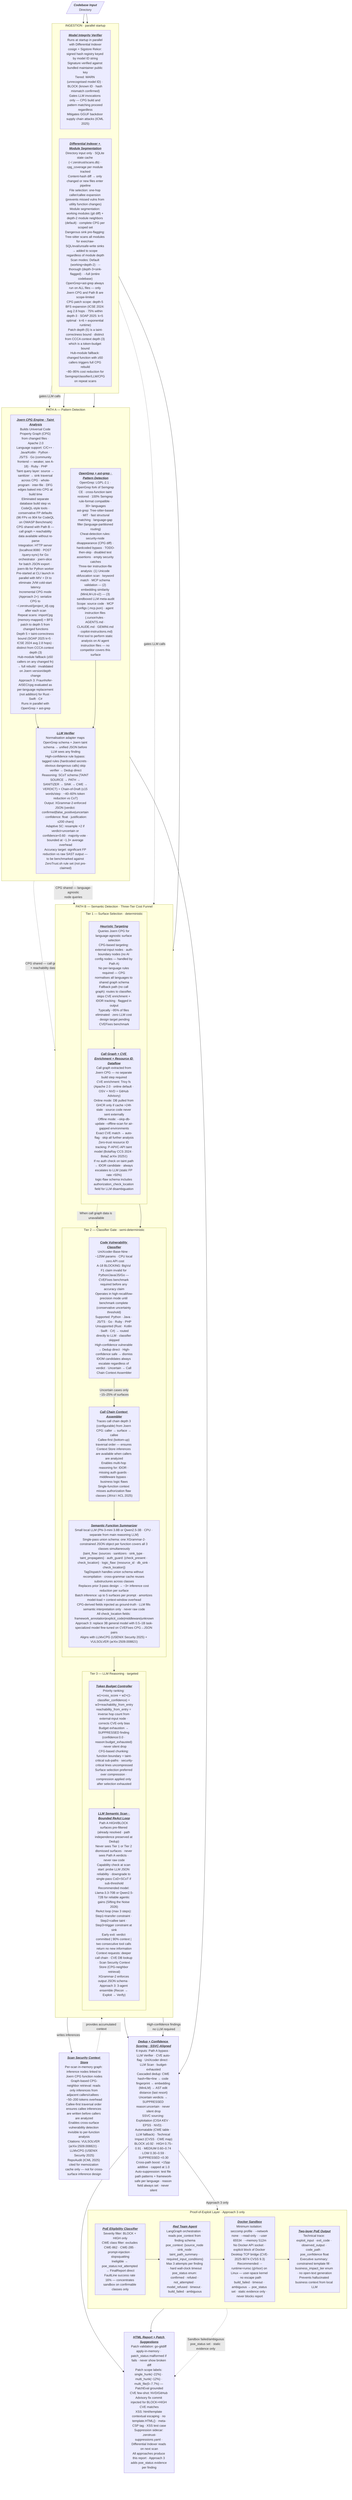
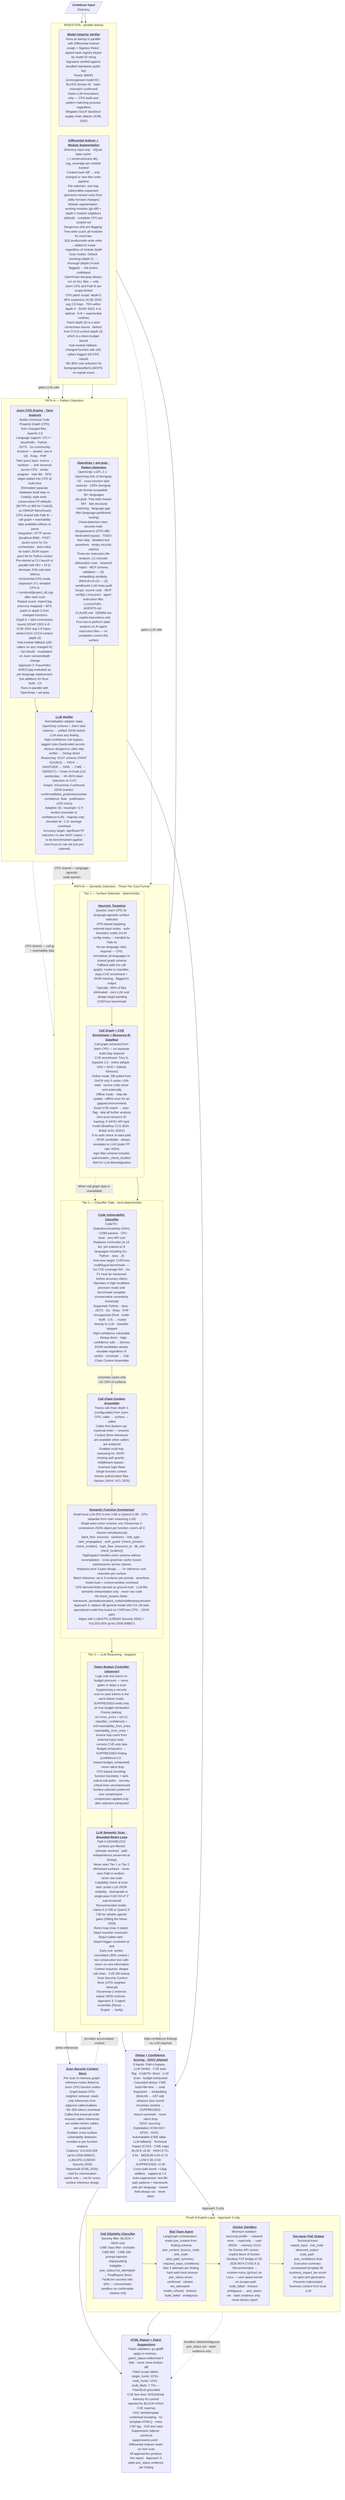
graph TD
    Input[/"<b><i>Codebase Input</i></b>\nDirectory"/]

    subgraph INGEST["INGESTION · parallel startup"]
        direction LR
        Model_IV["<b><i><u>Model Integrity Verifier</u></i></b>\nRuns at startup in parallel with Differential Indexer\ncosign + Sigstore Rekor: signed hash registry keyed by model ID string\nSignature verified against bundled maintainer public key\nTiered: WARN (unrecognised model ID) · BLOCK (known ID · hash mismatch confirmed)\nGates LLM invocations only — CPG build and pattern matching proceed regardless\nMitigates GGUF backdoor supply chain attacks (ICML 2025)"]
        DI["<b><i><u>Differential Indexer + Module Segmentation</u></i></b>\nDirectory input only · SQLite state cache (~/.zerotrust/scans.db) · cpg_coverage per module tracked\nContent-hash diff → only changed or new files enter pipeline\nFile selection: one-hop caller/callee expansion (prevents missed vulns from utility function changes)\nModule segmentation: working modules (git diff) + depth-2 module neighbors (default) · complete CPG per scoped set\nDangerous sink pre-flagging: Tree-sitter scans all modules for exec/raw-SQL/eval/unsafe-write sinks → added to scope regardless of module depth\nScan modes: Default (working+depth-2) · --thorough (depth-3+sink-flagged) · --full (entire codebase)\nOpenGrep+ast-grep always run on ALL files — only Joern CPG and Path B are scope-limited\nCPG patch scope: depth-5 BFS expansion (ICSE 2024: avg 2.8 hops · 75% within depth-3 · SOAP 2025: k=5 optimal · k=6 = exponential runtime)\nPatch depth (5) is a taint-correctness bound · distinct from CCCA context depth (3) which is a token-budget bound\nHub-module fallback: changed function with ≥50 callers triggers full CPG rebuild\n~80–95% cost reduction for Semgrep/classifier/LLM/CPG on repeat scans"]
    end

    subgraph PA["PATH A — Pattern Detection"]
        direction TB
        PA_SG["<b><i><u>OpenGrep + ast-grep · Pattern Detection</u></i></b>\nOpenGrep: LGPL-2.1 · OpenGrep fork of Semgrep CE · cross-function taint restored · 100% Semgrep rule-format compatible · 30+ languages\nast-grep: Tree-sitter-based · MIT · fast structural matching · language-gap filler (language-partitioned routing)\nCheat-detection rules: security-node disappearance (CPG diff) · hardcoded bypass · TODO-then-skip · disabled test assertions · empty security catches\nThree-tier instruction-file analysis: (1) Unicode obfuscation scan · keyword match · MCP schema validation — (2) embedding similarity (MiniLM-L6-v2) — (3) sandboxed LLM meta-audit\nScope: source code · MCP configs (.mcp.json) · agent instruction files (.cursor/rules · AGENTS.md · CLAUDE.md · GEMINI.md · copilot-instructions.md)\nFirst tool to perform static analysis on AI agent instruction files — no competitor covers this surface"]
        PA_CQ["<b><i><u>Joern CPG Engine · Taint Analysis</u></i></b>\nBuilds Universal Code Property Graph (CPG) from changed files · Apache 2.0\nLanguage support: C/C++ · Java/Kotlin · Python · JS/TS · Go (community frontend — weaker, see A-18) · Ruby · PHP\nTaint query layer: source → sanitizer → sink traversal across CPG · whole-program · inter-file · DFG edges baked into CPG at build time\nEliminated separate database build step vs CodeQL-style tools · conservative FP defaults (96 FPs vs 904 for CodeQL on OWASP Benchmark)\nCPG shared with Path B — call graph + reachability data available without re-parse\nIntegration: HTTP server (localhost:8080 · POST /query-sync) for Go orchestrator · joern-slice for batch JSON export · joern-lib for Python worker\nPre-started at CLI launch in parallel with MIV + DI to eliminate JVM cold-start latency\nIncremental CPG mode (Approach 2+): serialize CPG to ~/.zerotrust/{project_id}.cpg after each scan\nRepeat scans: importCpg (memory-mapped) + BFS patch to depth 5 from changed functions\nDepth 5 = taint-correctness bound (SOAP 2025 k=5 · ICSE 2024 avg 2.8 hops) · distinct from CCCA context depth (3)\nHub-module fallback (≥50 callers on any changed fn) → full rebuild · invalidated on Joern version/depth change\nApproach 3: Fraunhofer-AISEC/cpg evaluated as per-language replacement (not addition) for Rust · Swift · C#\nRuns in parallel with OpenGrep + ast-grep"]
        PA_LV["<b><i><u>LLM Verifier</u></i></b>\nNormalisation adapter maps OpenGrep schema + Joern taint schema → unified JSON before LLM sees any finding\nHigh-confidence rule bypass: tagged rules (hardcoded secrets · obvious dangerous calls) skip verifier → Dedup direct\nReasoning: SCoT schema (TAINT SOURCE → PATH → SANITIZER → SINK → CWE → VERDICT) + Chain-of-Draft (≤15 words/step · ~40–60% token reduction vs CoT)\nOutput: XGrammar-2-enforced JSON {verdict: confirmed|false_positive|uncertain · confidence: float · justification: ≤200 chars}\nAdaptive SC: resample ×2 if verdict=uncertain or confidence<0.60 · majority-vote · bounded at ~1.3× average overhead\nAccuracy target: significant FP reduction vs raw SAST output — to be benchmarked against ZeroTrust.sh rule set (not pre-claimed)"]
        PA_CQ --> PA_LV
    end

    subgraph PB["PATH B — Semantic Detection · Three-Tier Cost Funnel"]
        direction TB

        subgraph T1["Tier 1 — Surface Selection · deterministic"]
            direction TB
            PB_HT["<b><i><u>Heuristic Targeting</u></i></b>\nQueries Joern CPG for language-agnostic surface selection\nCPG-based targeting: external-input nodes · auth-boundary nodes (no AI config nodes — handled by Path A)\nNo per-language rules required — CPG normalises all languages to shared graph schema\nFallback path (no call graph): routes to classifier, skips CVE enrichment + IDOR tracking · flagged in output\nTypically ~95% of files eliminated · zero LLM cost · design target pending CVEFixes benchmark"]
            PB_CG["<b><i><u>Call Graph + CVE Enrichment + Resource ID Dataflow</u></i></b>\nCall graph extracted from Joern CPG — no separate build step required\nCVE enrichment: Trivy fs (Apache 2.0 · online default · OSV + NVD + GitHub Advisory)\nOnline mode: DB pulled from GHCR only if cache >24h stale · source code never sent externally\nOffline mode: --skip-db-update --offline-scan for air-gapped environments\nExact CVE match → auto-flag · skip all further analysis\nZero-trust resource ID tracking: P-API/C-API taint model (BolaRay CCS 2024 · BolaZ arXiv 2025‡)\nIf no auth check on taint path → IDOR candidate · always escalates to LLM (static FP rate >50%)\nlogic-flaw schema includes authorization_check_location field for LLM disambiguation"]
        end

        subgraph T2["Tier 2 — Classifier Gate · semi-deterministic"]
            direction TB
-             PB_CC["<b><i><u>Code Vulnerability Classifier</u></i></b>\nUniXcoder-Base-Nine · ~125M params · CPU local · zero API cost\nA-18 BLOCKING: BigVul F1 claim invalid for Python/Java/JS/Go — CVEFixes benchmark required before any accuracy claim\nOperates in high-recall/low-precision mode until benchmark complete (conservative uncertainty threshold)\nSupported: Python · Java · JS/TS · Go · Ruby · PHP\nUnsupported (Rust · Kotlin · Swift · C#) → routed directly to LLM · classifier skipped\nHigh-confidence vulnerable → Dedup direct · High-confidence safe → dismiss\nIDOM candidates always escalate regardless of verdict · Uncertain → Call Chain Context Assembler"]
+             PB_CC["<b><i><u>Code Vulnerability Classifier</u></i></b>\nCodeT5+ (Salesforce/codet5p-220m) · ~220M params · CPU local · zero API cost\nReplaces UniXcoder (A-18 fix): pre-trained on 8 languages including Go · Python · Java · JS\nFine-tune target: CVEFixes multilingual benchmark — Go CVE coverage thin · Go F1 must be measured before accuracy claims\nOperates in high-recall/low-precision mode until benchmark complete (conservative uncertainty threshold)\nSupported: Python · Java · JS/TS · Go · Ruby · PHP\nUnsupported (Rust · Kotlin · Swift · C#) → routed directly to LLM · classifier skipped\nHigh-confidence vulnerable → Dedup direct · High-confidence safe → dismiss\nIDOM candidates always escalate regardless of verdict · Uncertain → Call Chain Context Assembler"]
            PB_CCCA["<b><i><u>Call Chain Context Assembler</u></i></b>\nTraces call chain depth 3 (configurable) from Joern CPG: caller → surface → callee\nCallee-first (bottom-up) traversal order — ensures Context Store inferences are available when callers are analyzed\nEnables multi-hop reasoning for: IDOR · missing auth guards · middleware bypass · business logic flaws\nSingle-function context misses authorization flaw classes (JitVul / ACL 2025)"]
            PB_SFS["<b><i><u>Semantic Function Summarizer</u></i></b>\nSmall local LLM (Phi-3-mini 3.8B or Qwen2.5-3B · CPU · separate from main reasoning LLM)\nSingle-pass union schema: one XGrammar-2-constrained JSON object per function covers all 3 classes simultaneously\n{taint_flow: {sources · sanitizers · sink_type · taint_propagates} · auth_guard: {check_present · check_location} · logic_flaw: {resource_id · db_sink · check_location}}\nTagDispatch handles union schema without recompilation · cross-grammar cache reuses substructures across classes\nReplaces prior 3-pass design → ~3× inference cost reduction per surface\nBatch inference: up to 5 surfaces per prompt · amortizes model-load + context-window overhead\nCPG-derived fields injected as ground-truth · LLM fills semantic interpretation only · never raw code\nAll check_location fields: framework_annotation|explicit_code|middleware|unknown\nApproach 3: replace 3B general model with 0.5–1B task-specialized model fine-tuned on CVEFixes CPG→JSON pairs\nAligns with LLMxCPG (USENIX Security 2025) + VULSOLVER (arXiv:2509.00882‡)"]
        end

        subgraph T3["Tier 3 — LLM Reasoning · targeted"]
            direction TB
-             PB_TB["<b><i><u>Token Budget Controller</u></i></b>\nPriority ranking: w1×cvss_score + w2×(1-classifier_confidence) + w3×reachability_from_entry\nreachability_from_entry = inverse hop count from external-input node · corrects CVE-only bias\nBudget exhaustion → SUPPRESSED finding (confidence:0.0 · reason:budget_exhausted) · never silent drop\nCFG-based chunking: function boundary + taint-critical sub-paths · security-critical lines uncompressed\nSurface selection preferred over compression · compression applied only after selection exhausted"]
+             PB_TB["<b><i><u>Token Budget Controller (observer)</u></i></b>\nLogs cost and warns on budget pressure — never gates or stops a scan\nSuppressing a security scan to save tokens is the worst failure mode; SUPPRESSED emits only on true budget exhaustion\nPriority ranking: w1×cvss_score + w2×(1-classifier_confidence) + w3×reachability_from_entry\nreachability_from_entry = inverse hop count from external-input node · corrects CVE-only bias\nBudget exhaustion → SUPPRESSED finding (confidence:0.0 · reason:budget_exhausted) · never silent drop\nCFG-based chunking: function boundary + taint-critical sub-paths · security-critical lines uncompressed\nSurface selection preferred over compression · compression applied only after selection exhausted"]
            PB_LS["<b><i><u>LLM Semantic Scan · Bounded ReAct Loop</u></i></b>\nPath A HIGH/BLOCK surfaces pre-filtered (already resolved · path independence preserved at Dedup)\nNever sees Tier 1 or Tier 2 dismissed surfaces · never sees Path A verdicts · never raw code\nCapability check at scan start: probe LLM JSON reliability · downgrade to single-pass CoD+SCoT if sub-threshold\nRecommended model: Llama-3.3-70B or Qwen2.5-72B for reliable agentic gains (Sifting the Noise 2026)\nReAct loop (max 3 steps): Step1=transfer constraint · Step2=callee taint · Step3=trigger constraint at sink\nEarly exit: verdict committed | 90% context | two consecutive tool calls return no new information\nContext requests: deeper call chain · CVE DB lookup · Scan Security Context Store (CPG-neighbor retrieval)\nXGrammar-2 enforces output JSON schema · Approach 3: 3-agent ensemble (Recon → Exploit → Verify)"]
        end

        PB_CC -->|"Uncertain cases only\n~15–25% of surfaces"| PB_CCCA
        PB_CCCA --> PB_SFS
        PB_SFS --> PB_TB
        PB_TB --> PB_LS
        PB_HT -.->|"When call graph data is unavailable"| PB_CC
        PB_HT --> PB_CG
        PB_CG --> PB_CC
    end

    Input --> Model_IV
    Input --> DI
    Model_IV -.->|"gates LLM calls"| PA_LV
    Model_IV -.->|"gates LLM calls"| PB_LS
    DI --> PA_SG
    DI --> PA_CQ
    DI --> PB_HT

    PA_CQ -.->|"CPG shared — call graph\n+ reachability data"| PB_CG
    PA_CQ -.->|"CPG shared — language-agnostic\nnode queries"| PB_HT

    SCS["<b><i><u>Scan Security Context Store</u></i></b>\nPer-scan in-memory graph: inference nodes linked to Joern CPG function nodes\nGraph-based CPG-neighbor retrieval: reads only inferences from adjacent callers/callees · ~50–200 tokens overhead\nCallee-first traversal order ensures callee inferences are written before callers are analyzed\nEnables cross-surface vulnerability detection invisible to per-function analysis\nCitations: VULSOLVER (arXiv:2509.00882‡) · LLMxCPG (USENIX Security 2025)\nRepoAudit (ICML 2025) cited for memoization cache only — not for cross-surface inference design"]

    PB_LS -->|"writes inferences"| SCS
    SCS -.->|"provides accumulated context"| PB_LS
    PB_LS --> Dedup
    PA_SG --> PA_LV
    PB_CC -->|"High-confidence findings\nno LLM required"| Dedup
    PA_LV --> Dedup

-     Dedup["<b><i><u>Dedup + Confidence Scoring · SSVC-Aligned</u></i></b>\n6 inputs: Path A bypass · LLM Verifier · CVE auto-flag · UniXcoder direct · LLM Scan · budget-exhausted\nCascaded dedup: CWE hash+file+line → code fingerprint → embedding (MiniLM) → AST edit distance (last resort)\nUncertain verdicts → SUPPRESSED reason:uncertain · never silent drop\nSSVC sourcing: Exploitation (CISA KEV · EPSS · NVD) · Automatable (CWE table · LLM fallback) · Technical Impact (CVSS · CWE map)\nBLOCK ≥0.92 · HIGH 0.75–0.91 · MEDIUM 0.60–0.74 · LOW 0.30–0.59 · SUPPRESSED <0.30\nCross-path boost: +15pp additive · capped at 1.0\nAuto-suppression: test file path patterns + framework-safe per language · reason field always set · never silent"]
+     Dedup["<b><i><u>Dedup + Confidence Scoring · SSVC-Aligned</u></i></b>\n6 inputs: Path A bypass · LLM Verifier · CVE auto-flag · CodeT5+ direct · LLM Scan · budget-exhausted\nCascaded dedup: CWE hash+file+line → code fingerprint → embedding (MiniLM) → AST edit distance (last resort)\nUncertain verdicts → SUPPRESSED reason:uncertain · never silent drop\nSSVC sourcing: Exploitation (CISA KEV · EPSS · NVD) · Automatable (CWE table · LLM fallback) · Technical Impact (CVSS · CWE map)\nBLOCK ≥0.92 · HIGH 0.75–0.91 · MEDIUM 0.60–0.74 · LOW 0.30–0.59 · SUPPRESSED <0.30\nCross-path boost: +15pp additive · capped at 1.0\nAuto-suppression: test file path patterns + framework-safe per language · reason field always set · never silent"]

    subgraph PoELayer["Proof-of-Exploit Layer · Approach 3 only"]
        direction LR
        PoE_EC["<b><i><u>PoE Eligibility Classifier</u></i></b>\nSeverity filter: BLOCK + HIGH only\nCWE class filter: excludes CWE-862 · CWE-285 · prompt-injection · slopsquatting\nIneligible → poe_status:not_attempted → FinalReport direct\nFaultLine success rate 16% — concentrates sandbox on confirmable classes only"]
        RTA["<b><i><u>Red Team Agent</u></i></b>\nLangGraph orchestration · reads poe_context from finding schema\npoe_context: {source_node · sink_node · taint_path_summary · required_input_conditions}\nMax 3 attempts per finding · hard wall-clock timeout\npoe_status enum: confirmed · refuted · not_attempted · model_refused · timeout · build_failed · ambiguous"]
        DS["<b><i><u>Docker Sandbox</u></i></b>\nMinimum isolation: seccomp profile · --network none · --read-only · --user 65534 · --memory 512m\nNo Docker API socket · explicit block of Docker Desktop TCP bridge (CVE-2025-9074 CVSS 9.3)\nRecommended: --runtime=runsc (gVisor) on Linux — user-space kernel · no escape path\nbuild_failed · timeout · ambiguous → poe_status set · static evidence only · never blocks report"]
        PoEDoc["<b><i><u>Two-layer PoE Output</u></i></b>\nTechnical trace: exploit_input · exit_code · observed_output · code_path · poe_confidence float\nExecutive summary: constrained template fill · business_impact_tier enum · no open-text generation\nPrevents hallucinated business context from local LLM"]
        PoE_EC --> RTA --> DS --> PoEDoc
    end

    Dedup -->|"Approach 3 only"| PoE_EC
    Dedup --> FinalReport
    PoEDoc --> FinalReport
    DS -.->|"Sandbox failed/ambiguous\npoe_status set · static evidence only"| FinalReport

    FinalReport["<b><i><u>HTML Report + Patch Suggestions</u></i></b>\nPatch validation: go-gitdiff apply-in-memory · patch_status:malformed if fails · never show broken diff\nPatch scope labels: single_hunk(~22%) · multi_hunk(~12%) · multi_file(0–7.7%) — PatchEval grounded\nCVE few-shot: NVD/GitHub Advisory fix commit injected for BLOCK+HIGH CVE matches\nXSS: html/template contextual escaping · no template.HTML() · meta-CSP tag · XSS test case\nSuppression sidecar: .zerotrust-suppressions.yaml · Differential Indexer reads on next scan\nAll approaches produce this report · Approach 3 adds poe_status evidence per finding"]
